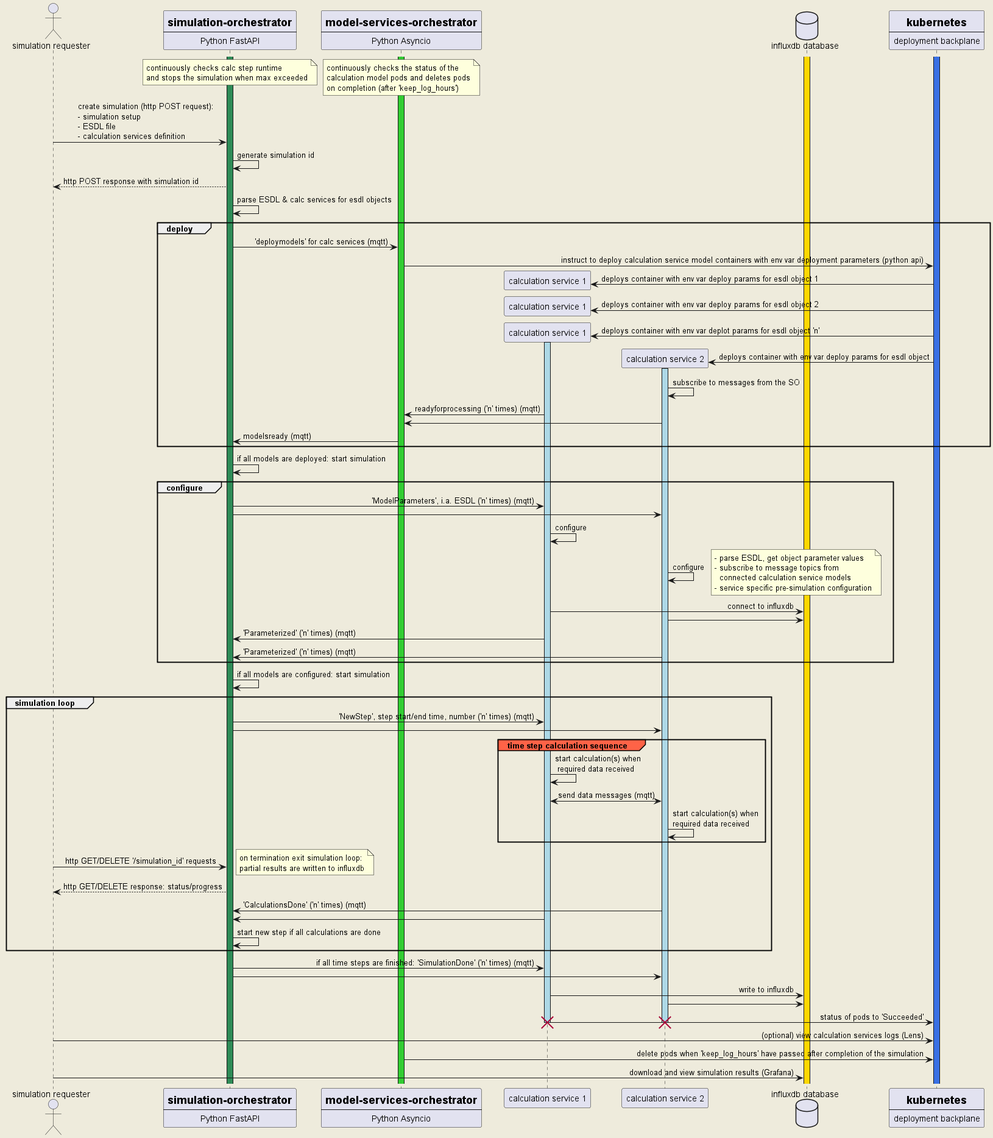
Earlier version of the PlantUML export docs/dots_go-e_sequence_diagram.png (dots-energy/dots-simulation-orchestrator).
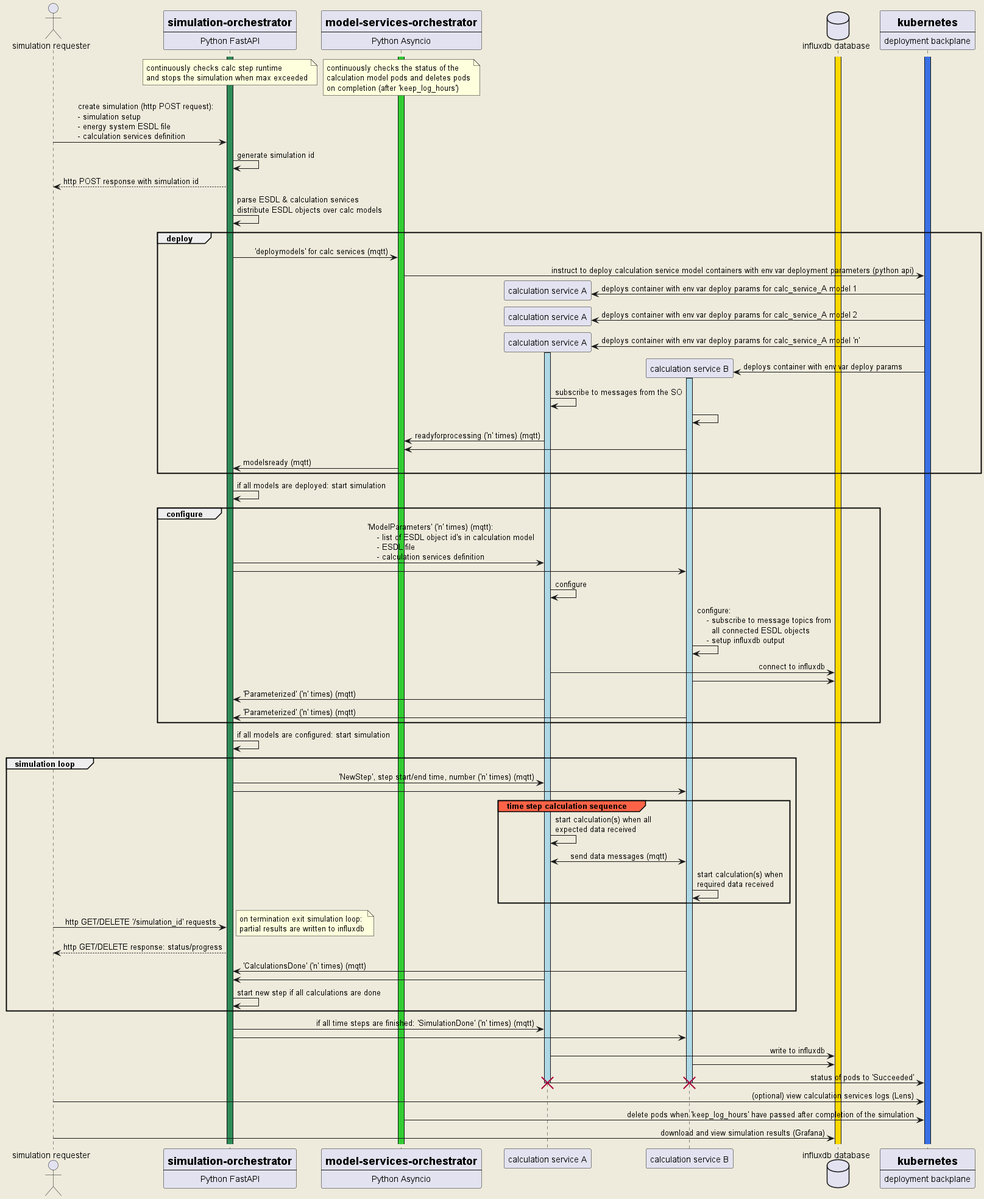
The same file after the commit.

Change to the diagram source:
```diff
@@ -1,7 +1,7 @@
 @startuml
 skinparam sequencemessagealign reversedirection
+skinparam backgroundColor #EEEBDC
 
-skinparam backgroundColor #EEEBDC
 
 actor "simulation requester" as sim_req
 participant so [
@@ -14,8 +14,8 @@
     ----
     Python Asyncio
 ]
-participant "calculation service 1" as model_1
-participant "calculation service 2" as model_2
+participant "calculation service A" as service_A
+participant "calculation service B" as service_B
 
 database "influxdb database" as influxdb
 participant deploy_plane [
@@ -39,30 +39,31 @@
     on completion (after 'keep_log_hours')
 end note
 
-sim_req -> so : create simulation (http POST request): \n- simulation setup\n- ESDL file \n- calculation services definition
+sim_req -> so : create simulation (http POST request): \n- simulation setup\n- energy system ESDL file \n- calculation services definition
 
 so -> so : generate simulation id
 so --> sim_req : http POST response with simulation id
-so -> so : parse ESDL & calc services for esdl objects
+so -> so : parse ESDL & calculation services\ndistribute ESDL objects over calc models
 
     group deploy
     so -> mso : 'deploymodels' for calc services (mqtt)
     mso -> deploy_plane : instruct to deploy calculation service model containers with env var deployment parameters (python api)
 
-    create model_1
-    deploy_plane -> model_1 : deploys container with env var deploy params for esdl object 1
-    create model_1
-    deploy_plane -> model_1 : deploys container with env var deploy params for esdl object 2
-    create model_1
-    deploy_plane -> model_1 : deploys container with env var deplot params for esdl object 'n'
-    activate model_1 #lightblue
-    create model_2
-    deploy_plane -> model_2 : deploys container with env var deploy params for esdl object
-    activate model_2 #lightblue
+    create service_A
+    deploy_plane -> service_A : deploys container with env var deploy params for calc_service_A model 1
+    create service_A
+    deploy_plane -> service_A : deploys container with env var deploy params for calc_service_A model 2
+    create service_A
+    deploy_plane -> service_A : deploys container with env var deploy params for calc_service_A model 'n'
+    activate service_A #lightblue
+    create service_B
+    deploy_plane -> service_B : deploys container with env var deploy params
+    activate service_B #lightblue
 
-    model_2 -> model_2 : subscribe to messages from the SO
-    model_1 -> mso : readyforprocessing ('n' times) (mqtt)
-    model_2 -> mso
+    service_A -> service_A : subscribe to messages from the SO
+    service_B -> service_B :
+    service_A -> mso : readyforprocessing ('n' times) (mqtt)
+    service_B -> mso
 
     mso -> so : modelsready (mqtt)
     end
@@ -70,35 +71,29 @@
 so -> so : if all models are deployed: start simulation
 
     group configure
-    so -> model_1 : 'ModelParameters', i.a. ESDL ('n' times) (mqtt)
-    so -> model_2 :
+    so -> service_A : 'ModelParameters' ('n' times) (mqtt):\n    - list of ESDL object id's in calculation model\n    - ESDL file\n    - calculation services definition
+    so -> service_B :
 
-    model_1 -> model_1 : configure
-    model_2 -> model_2 : configure
-        note right
-            - parse ESDL, get object parameter values
-            - subscribe to message topics from
-              connected calculation service models
-            - service specific pre-simulation configuration
-        end note
+    service_A -> service_A : configure
+    service_B -> service_B : configure:\n    - subscribe to message topics from\n      all connected ESDL objects\n    - setup influxdb output
 
-    model_1 -> influxdb : connect to influxdb
-    model_2 -> influxdb
+    service_A -> influxdb : connect to influxdb
+    service_B -> influxdb
 
-    model_1 -> so : 'Parameterized' ('n' times) (mqtt)
-    model_2 -> so : 'Parameterized' ('n' times) (mqtt)
+    service_A -> so : 'Parameterized' ('n' times) (mqtt)
+    service_B -> so : 'Parameterized' ('n' times) (mqtt)
     end
 
 so -> so : if all models are configured: start simulation
 
     group simulation loop
-    so -> model_1 : 'NewStep', step start/end time, number ('n' times) (mqtt)
-    so -> model_2 :
+    so -> service_A : 'NewStep', step start/end time, number ('n' times) (mqtt)
+    so -> service_B :
 
         group#tomato time step calculation sequence
-        model_1 -> model_1 : start calculation(s) when\n required data received
-        model_1 <-> model_2 : send data messages (mqtt)
-        model_2 -> model_2 : start calculation(s) when\nrequired data received
+        service_A -> service_A : start calculation(s) when all\nexpected data received
+        service_A <-> service_B : send data messages (mqtt)
+        service_B -> service_B : start calculation(s) when\nrequired data received
         end
 
     sim_req -> so: http GET/DELETE '/simulation_id' requests
@@ -108,21 +103,21 @@
         end note
     so --> sim_req: http GET/DELETE response: status/progress
 
-    model_2 -> so : 'CalculationsDone' ('n' times) (mqtt)
-    model_1 -> so :
+    service_B -> so : 'CalculationsDone' ('n' times) (mqtt)
+    service_A -> so :
 
     so -> so : start new step if all calculations are done
     end
 
-so -> model_1 : if all time steps are finished: 'SimulationDone' ('n' times) (mqtt)
-so -> model_2 :
-model_1 -> influxdb : write to influxdb
-model_2 -> influxdb :
-model_1 -> deploy_plane : status of pods to 'Succeeded'
-deactivate model_1
-destroy model_1
-deactivate model_2
-destroy model_2
+so -> service_A : if all time steps are finished: 'SimulationDone' ('n' times) (mqtt)
+so -> service_B :
+service_A -> influxdb : write to influxdb
+service_B -> influxdb :
+service_A -> deploy_plane : status of pods to 'Succeeded'
+deactivate service_A
+destroy service_A
+deactivate service_B
+destroy service_B
 
 sim_req -> deploy_plane : (optional) view calculation services logs (Lens)
 mso -> deploy_plane : delete pods when 'keep_log_hours' have passed after completion of the simulation
```
